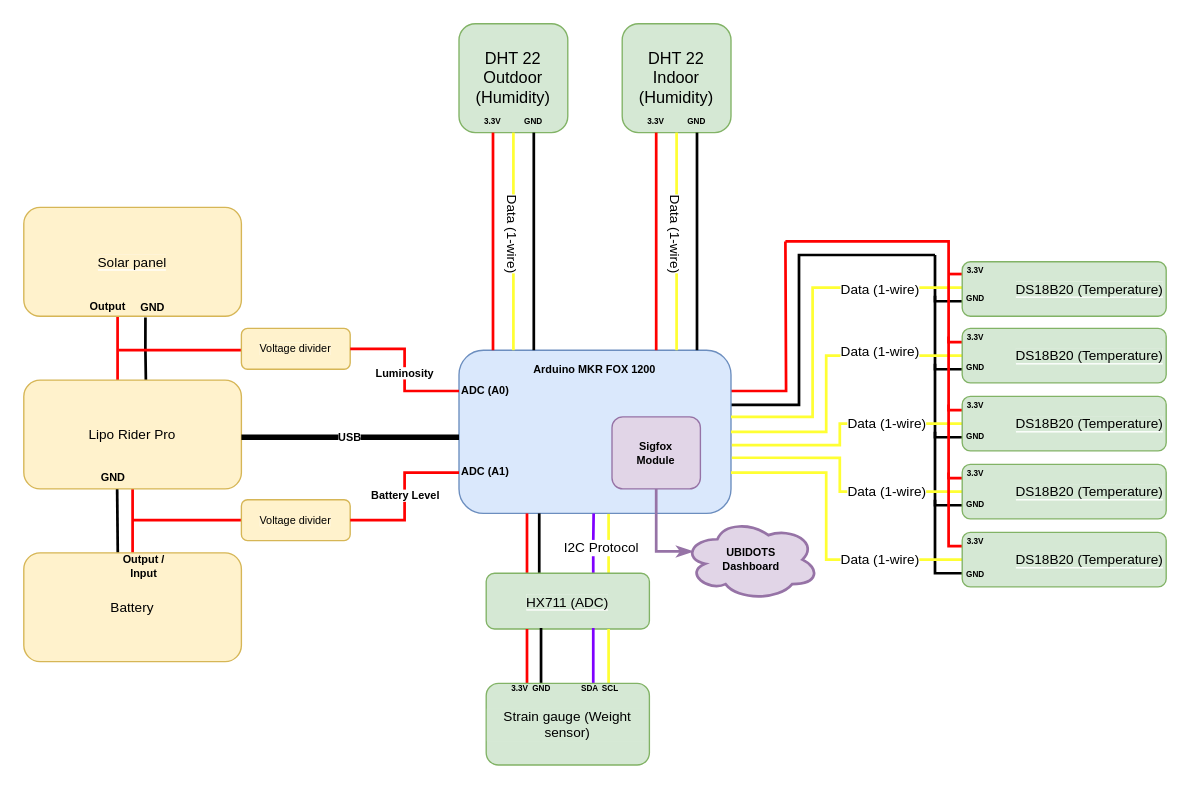
Ithoh/OpenRucheDLCB keeps this draw.io diagram as Documentation/Synoptique.drawio. Above is the earlier version. Source tidied: cells renumbered, new cells numbered last; positions are measured from the earlier drawing's top-left corner, leaving out a move shared by most shapes. Both pictures are drawn from the tidied source at 136%, with x=0, y=0 at pixel (23, 23).
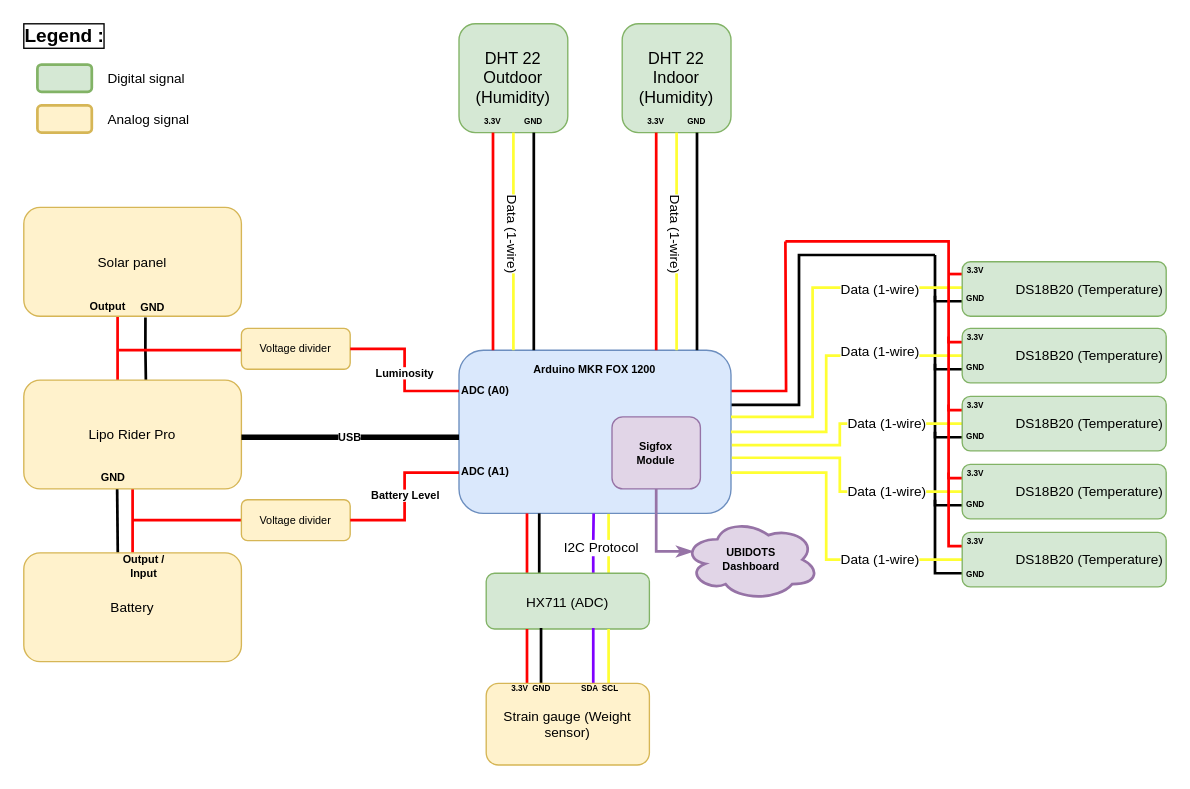
Above is the later version.

Commit message (it also covers changes not shown here):
Added legend to the schematic and modified some colors

Diff of the diagram source:
```diff
@@
-    <mxCell id="26" value="&lt;span style=&quot;background-color: rgb(213 , 232 , 212)&quot;&gt;DS18B20 (Temperature)&lt;/span&gt;" style="rounded=1;whiteSpace=wrap;html=1;labelBackgroundColor=default;fontSize=10;strokeColor=#82b366;align=right;fillColor=#d5e8d4;" parent="1" vertex="1">
+    <mxCell id="26" value="&lt;span style=&quot;&quot;&gt;DS18B20 (Temperature)&lt;/span&gt;" style="rounded=1;whiteSpace=wrap;html=1;labelBackgroundColor=none;fontSize=10;strokeColor=#82b366;align=right;fillColor=#d5e8d4;" parent="1" vertex="1">
       <mxGeometry x="690" y="224" width="150" height="40" as="geometry" />
     </mxCell>
@@
-    <mxCell id="30" value="&lt;span style=&quot;background-color: rgb(213 , 232 , 212)&quot;&gt;DS18B20 (Temperature)&lt;/span&gt;" style="rounded=1;whiteSpace=wrap;html=1;labelBackgroundColor=default;fontSize=10;strokeColor=#82b366;align=right;fillColor=#d5e8d4;" parent="1" vertex="1">
+    <mxCell id="30" value="&lt;span style=&quot;&quot;&gt;DS18B20 (Temperature)&lt;/span&gt;" style="rounded=1;whiteSpace=wrap;html=1;labelBackgroundColor=none;fontSize=10;strokeColor=#82b366;align=right;fillColor=#d5e8d4;" parent="1" vertex="1">
       <mxGeometry x="690" y="274" width="150" height="40" as="geometry" />
     </mxCell>
@@
-    <mxCell id="34" value="&lt;span style=&quot;background-color: rgb(213 , 232 , 212)&quot;&gt;DS18B20 (Temperature)&lt;/span&gt;" style="rounded=1;whiteSpace=wrap;html=1;labelBackgroundColor=default;fontSize=10;strokeColor=#82b366;align=right;fillColor=#d5e8d4;" parent="1" vertex="1">
+    <mxCell id="34" value="&lt;span style=&quot;&quot;&gt;DS18B20 (Temperature)&lt;/span&gt;" style="rounded=1;whiteSpace=wrap;html=1;labelBackgroundColor=none;fontSize=10;strokeColor=#82b366;align=right;fillColor=#d5e8d4;" parent="1" vertex="1">
       <mxGeometry x="690" y="324" width="150" height="40" as="geometry" />
     </mxCell>
@@
-    <mxCell id="38" value="&lt;span style=&quot;background-color: rgb(213 , 232 , 212)&quot;&gt;DS18B20 (Temperature)&lt;/span&gt;" style="rounded=1;whiteSpace=wrap;html=1;labelBackgroundColor=default;fontSize=10;strokeColor=#82b366;align=right;fillColor=#d5e8d4;" parent="1" vertex="1">
+    <mxCell id="38" value="&lt;span style=&quot;&quot;&gt;DS18B20 (Temperature)&lt;/span&gt;" style="rounded=1;whiteSpace=wrap;html=1;labelBackgroundColor=none;fontSize=10;strokeColor=#82b366;align=right;fillColor=#d5e8d4;" parent="1" vertex="1">
       <mxGeometry x="690" y="374" width="150" height="40" as="geometry" />
     </mxCell>
-    <mxCell id="39" value="&lt;span style=&quot;background-color: rgb(213 , 232 , 212) ; line-height: 0.7&quot;&gt;&lt;font style=&quot;font-size: 10px&quot;&gt;DS18B20 (Temperature)&lt;/font&gt;&lt;/span&gt;" style="rounded=1;whiteSpace=wrap;html=1;labelBackgroundColor=default;fontSize=10;strokeColor=#82b366;align=right;fillColor=#d5e8d4;" parent="1" vertex="1">
+    <mxCell id="39" value="&lt;span style=&quot;line-height: 0.7;&quot;&gt;&lt;font style=&quot;font-size: 10px&quot;&gt;DS18B20 (Temperature)&lt;/font&gt;&lt;/span&gt;" style="rounded=1;whiteSpace=wrap;html=1;labelBackgroundColor=none;fontSize=10;strokeColor=#82b366;align=right;fillColor=#d5e8d4;" parent="1" vertex="1">
       <mxGeometry x="690" y="175" width="150" height="40" as="geometry" />
     </mxCell>
@@
-    <mxCell id="59" value="&lt;span style=&quot;background-color: rgb(213 , 232 , 212)&quot;&gt;HX711 (ADC)&lt;br&gt;&lt;/span&gt;" style="rounded=1;whiteSpace=wrap;html=1;labelBackgroundColor=#FFFFFF;fontSize=10;strokeColor=#82b366;fillColor=#d5e8d4;align=center;" parent="1" vertex="1">
+    <mxCell id="59" value="&lt;span style=&quot;&quot;&gt;HX711 (ADC)&lt;br&gt;&lt;/span&gt;" style="rounded=1;whiteSpace=wrap;html=1;labelBackgroundColor=none;fontSize=10;strokeColor=#82b366;fillColor=#d5e8d4;align=center;" parent="1" vertex="1">
       <mxGeometry x="340" y="404" width="120" height="41" as="geometry" />
     </mxCell>
@@
-    <mxCell id="64" value="Strain gauge (Weight sensor)" style="rounded=1;whiteSpace=wrap;html=1;labelBackgroundColor=#D5E8D4;fontSize=10;strokeColor=#82b366;fillColor=#d5e8d4;align=center;" parent="1" vertex="1">
+    <mxCell id="64" value="&lt;span style=&quot;&quot;&gt;Strain gauge (Weight sensor)&lt;/span&gt;" style="rounded=1;whiteSpace=wrap;html=1;labelBackgroundColor=none;fontSize=10;strokeColor=#d6b656;fillColor=#fff2cc;align=center;" parent="1" vertex="1">
       <mxGeometry x="340" y="485" width="120" height="60" as="geometry" />
     </mxCell>
@@
-    <mxCell id="72" value="&lt;span style=&quot;background-color: rgb(255 , 242 , 204)&quot;&gt;Solar panel&lt;/span&gt;" style="rounded=1;whiteSpace=wrap;html=1;labelBackgroundColor=default;fontSize=10;strokeColor=#d6b656;fillColor=#fff2cc;align=center;" parent="1" vertex="1">
+    <mxCell id="72" value="&lt;span style=&quot;&quot;&gt;Solar panel&lt;/span&gt;" style="rounded=1;whiteSpace=wrap;html=1;labelBackgroundColor=none;fontSize=10;strokeColor=#d6b656;fillColor=#fff2cc;align=center;" parent="1" vertex="1">
       <mxGeometry y="135" width="160" height="80" as="geometry" />
     </mxCell>
@@
-    <mxCell id="82" value="&lt;span style=&quot;background-color: rgb(255 , 242 , 204)&quot;&gt;Voltage divider&lt;/span&gt;" style="rounded=1;whiteSpace=wrap;html=1;labelBackgroundColor=#FFFFFF;fontSize=8;strokeColor=#d6b656;fillColor=#fff2cc;align=center;" parent="1" vertex="1">
+    <mxCell id="82" value="&lt;span style=&quot;&quot;&gt;Voltage divider&lt;/span&gt;" style="rounded=1;whiteSpace=wrap;html=1;labelBackgroundColor=none;fontSize=8;strokeColor=#d6b656;fillColor=#fff2cc;align=center;" parent="1" vertex="1">
       <mxGeometry x="160" y="224" width="80" height="30" as="geometry" />
     </mxCell>
@@
-    <mxCell id="89" value="&lt;span style=&quot;background-color: rgb(255 , 242 , 204)&quot;&gt;Voltage divider&lt;/span&gt;" style="rounded=1;whiteSpace=wrap;html=1;labelBackgroundColor=#FFFFFF;fontSize=8;strokeColor=#d6b656;fillColor=#fff2cc;align=center;" parent="1" vertex="1">
+    <mxCell id="89" value="&lt;span style=&quot;&quot;&gt;Voltage divider&lt;/span&gt;" style="rounded=1;whiteSpace=wrap;html=1;labelBackgroundColor=none;fontSize=8;strokeColor=#d6b656;fillColor=#fff2cc;align=center;" parent="1" vertex="1">
       <mxGeometry x="160" y="350" width="80" height="30" as="geometry" />
     </mxCell>
@@
+    <mxCell id="98" value="&lt;font style=&quot;font-size: 14px&quot;&gt;&lt;b&gt;Legend :&lt;/b&gt;&lt;/font&gt;" style="text;html=1;strokeColor=none;fillColor=none;align=left;verticalAlign=middle;whiteSpace=wrap;rounded=0;labelBackgroundColor=none;fontSize=8;fontColor=#000000;glass=0;labelBorderColor=#000000;strokeWidth=2;perimeterSpacing=0;spacing=0;spacingTop=-12;" parent="1" vertex="1">
+      <mxGeometry width="60" height="30" as="geometry" />
+    </mxCell>
+    <mxCell id="99" style="rounded=1;whiteSpace=wrap;html=1;glass=0;labelBackgroundColor=none;labelBorderColor=#000000;fontSize=14;strokeColor=#82b366;strokeWidth=2;fillColor=#d5e8d4;align=left;" parent="1" vertex="1">
+      <mxGeometry x="10" y="30" width="40" height="20" as="geometry" />
+    </mxCell>
+    <mxCell id="100" value="Digital signal" style="text;html=1;strokeColor=none;fillColor=none;align=left;verticalAlign=middle;whiteSpace=wrap;rounded=0;glass=0;labelBackgroundColor=none;labelBorderColor=none;fontSize=10;fontColor=#000000;" parent="1" vertex="1">
+      <mxGeometry x="60" y="35" width="70" height="10" as="geometry" />
+    </mxCell>
+    <mxCell id="101" style="rounded=1;whiteSpace=wrap;html=1;glass=0;labelBackgroundColor=none;labelBorderColor=#000000;fontSize=14;strokeColor=#d6b656;strokeWidth=2;fillColor=#fff2cc;align=left;" parent="1" vertex="1">
+      <mxGeometry x="10" y="60" width="40" height="20" as="geometry" />
+    </mxCell>
+    <mxCell id="102" value="Analog signal" style="text;html=1;strokeColor=none;fillColor=none;align=left;verticalAlign=middle;whiteSpace=wrap;rounded=0;glass=0;labelBackgroundColor=none;labelBorderColor=none;fontSize=10;fontColor=#000000;" parent="1" vertex="1">
+      <mxGeometry x="60" y="65" width="70" height="10" as="geometry" />
+    </mxCell>
```
